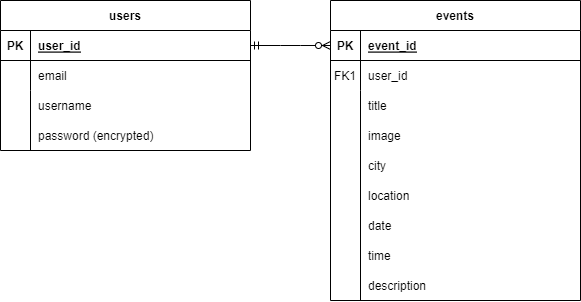
CristinaMateo/Batec_de_Festa keeps this draw.io diagram as user-event.drawio.png. Above is the earlier version. Source tidied: cells renumbered, new cells last; positions are measured from the earlier drawing's top-left corner, leaving out a move shared by most shapes.
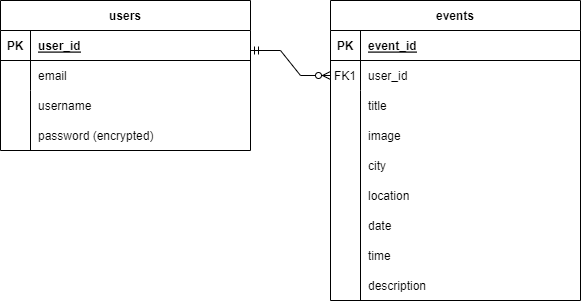
The same file after the commit.

Change to the diagram source:
```diff
@@ -89,8 +89,10 @@
         <mxPoint x="360" y="110" as="targetPoint" />
       </mxGeometry>
     </mxCell>
-    <mxCell id="29" style="edgeStyle=entityRelationEdgeStyle;fontSize=12;html=1;endArrow=ERzeroToMany;startArrow=ERmandOne;rounded=0;exitX=1;exitY=0.5;exitDx=0;exitDy=0;entryX=0;entryY=0.5;entryDx=0;entryDy=0;" parent="1" edge="1" source="13" target="3">
-      <mxGeometry relative="1" as="geometry" />
+    <mxCell id="29" style="edgeStyle=entityRelationEdgeStyle;fontSize=12;html=1;endArrow=ERzeroToMany;startArrow=ERmandOne;rounded=0;exitX=1;exitY=0.5;exitDx=0;exitDy=0;entryX=0;entryY=0.5;entryDx=0;entryDy=0;" parent="1" edge="1" target="6">
+      <mxGeometry relative="1" as="geometry">
+        <mxPoint x="250" y="50" as="sourcePoint" />
+      </mxGeometry>
     </mxCell>
   </root>
 </mxGraphModel>
```
